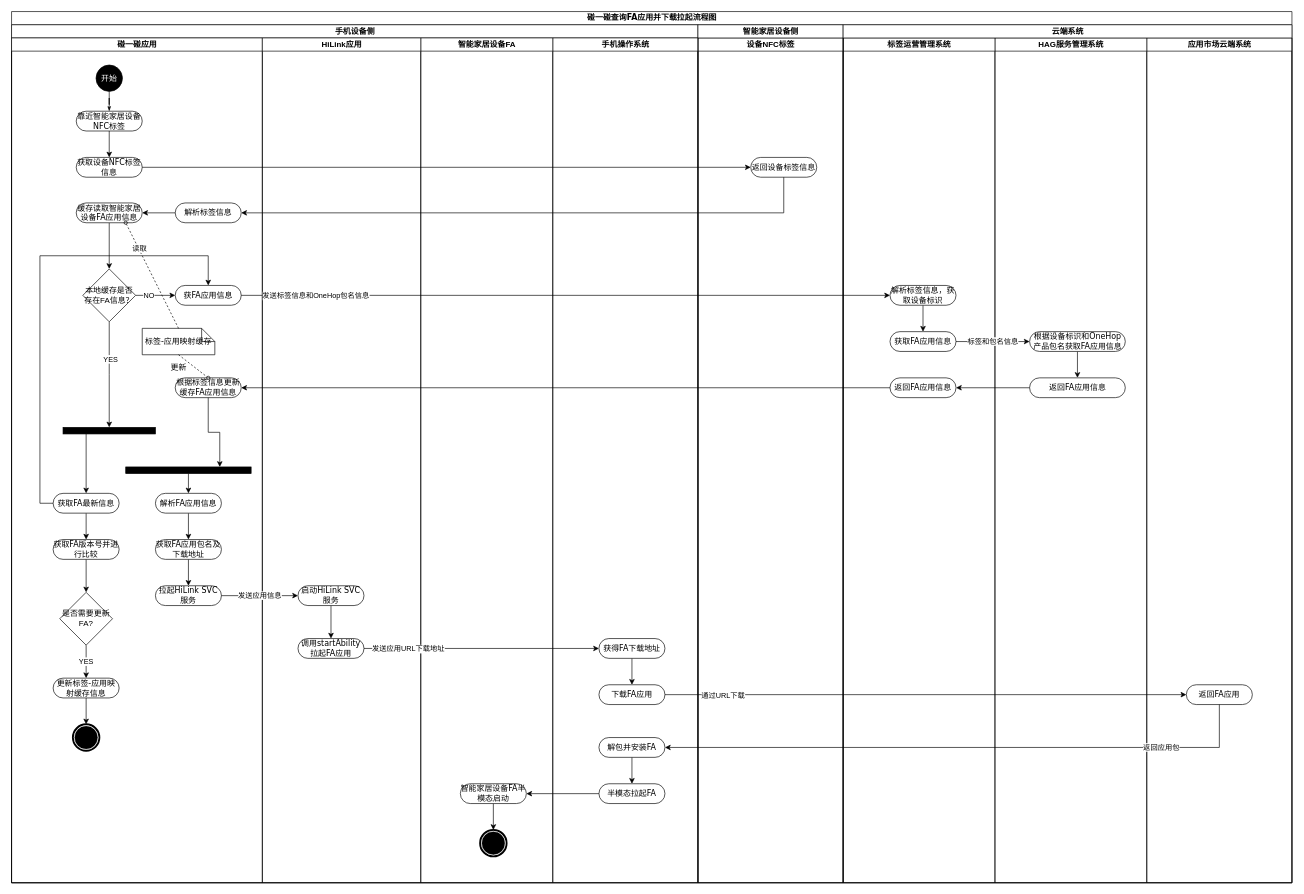
Before: draw/设备信息动态关联应用及下载管理.drawio in befairyliu/draw.io, a draw.io diagram. Source tidied: cells renumbered, new cells numbered last; positions are measured from the earlier drawing's top-left corner, leaving out a move shared by most shapes. Both pictures are drawn from the tidied source at 66%, with x=0, y=0 at pixel (11, 11).
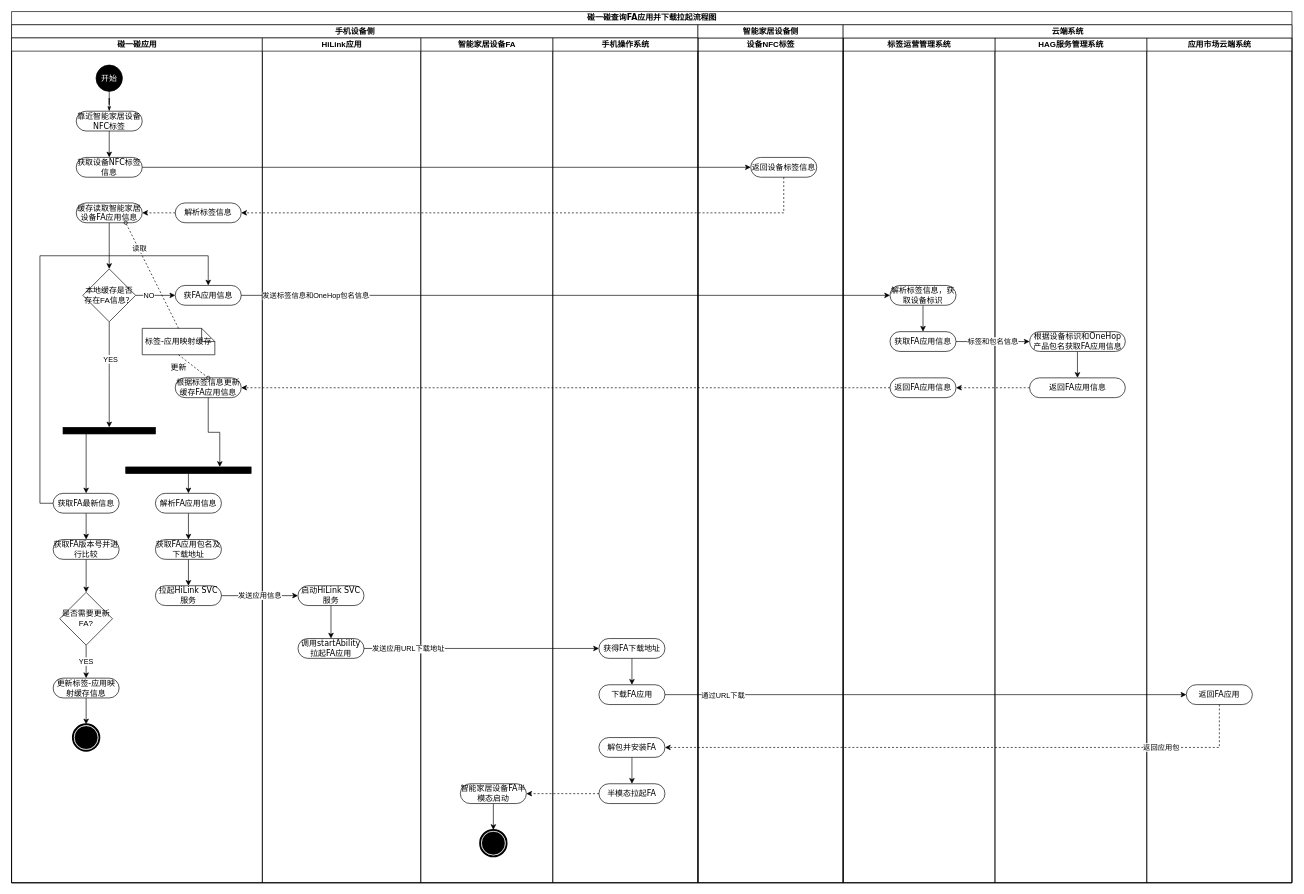
The same diagram, later.

Commit message (it also covers changes not shown here):
Update 设备信息动态关联应用及下载管理.drawio

The change refers to these unchanged cells:
```xml
<mxCell id="3" value="手机设备侧" style="swimlane;html=1;startSize=20;" parent="2" vertex="1">
  <mxGeometry y="20" width="1040" height="1300" as="geometry" />
</mxCell>
<mxCell id="4" value="碰一碰应用" style="swimlane;html=1;startSize=20;" parent="3" vertex="1">
  <mxGeometry y="20" width="380" height="1280" as="geometry" />
</mxCell>
<mxCell id="21" value="缓存读取智能家居设备FA应用信息" style="rounded=1;whiteSpace=wrap;html=1;shadow=0;comic=0;labelBackgroundColor=none;strokeWidth=1;fontFamily=Verdana;fontSize=12;align=center;arcSize=50;" parent="4" vertex="1">
  <mxGeometry x="98" y="250" width="100" height="30" as="geometry" />
</mxCell>
<mxCell id="30" value="解析标签信息" style="rounded=1;whiteSpace=wrap;html=1;shadow=0;comic=0;labelBackgroundColor=none;strokeWidth=1;fontFamily=Verdana;fontSize=12;align=center;arcSize=50;" parent="4" vertex="1">
  <mxGeometry x="248" y="250" width="100" height="30" as="geometry" />
</mxCell>
<mxCell id="37" value="根据标签信息更新缓存FA应用信息" style="rounded=1;whiteSpace=wrap;html=1;shadow=0;comic=0;labelBackgroundColor=none;strokeWidth=1;fontFamily=Verdana;fontSize=12;align=center;arcSize=50;" parent="4" vertex="1">
  <mxGeometry x="248" y="515" width="100" height="30" as="geometry" />
</mxCell>
<mxCell id="45" value="返回FA应用" style="rounded=1;whiteSpace=wrap;html=1;shadow=0;comic=0;labelBackgroundColor=none;strokeWidth=1;fontFamily=Verdana;fontSize=12;align=center;arcSize=50;" parent="44" vertex="1">
  <mxGeometry x="60" y="980" width="100" height="30" as="geometry" />
</mxCell>
<mxCell id="48" value="返回FA应用信息" style="rounded=1;whiteSpace=wrap;html=1;shadow=0;comic=0;labelBackgroundColor=none;strokeWidth=1;fontFamily=Verdana;fontSize=12;align=center;arcSize=50;" parent="46" vertex="1">
  <mxGeometry x="52.5" y="515" width="145" height="30" as="geometry" />
</mxCell>
<mxCell id="54" value="返回FA应用信息" style="rounded=1;whiteSpace=wrap;html=1;shadow=0;comic=0;labelBackgroundColor=none;strokeWidth=1;fontFamily=Verdana;fontSize=12;align=center;arcSize=50;" parent="50" vertex="1">
  <mxGeometry x="71" y="515" width="100" height="30" as="geometry" />
</mxCell>
<mxCell id="56" value="返回设备标签信息" style="rounded=1;whiteSpace=wrap;html=1;shadow=0;comic=0;labelBackgroundColor=none;strokeWidth=1;fontFamily=Verdana;fontSize=12;align=center;arcSize=50;" parent="55" vertex="1">
  <mxGeometry x="80" y="181" width="100" height="30" as="geometry" />
</mxCell>
<mxCell id="62" value="解包并安装FA" style="rounded=1;whiteSpace=wrap;html=1;shadow=0;comic=0;labelBackgroundColor=none;strokeWidth=1;fontFamily=Verdana;fontSize=12;align=center;arcSize=50;" parent="57" vertex="1">
  <mxGeometry x="70" y="1060" width="100" height="30" as="geometry" />
</mxCell>
<mxCell id="63" value="半模态拉起FA" style="rounded=1;whiteSpace=wrap;html=1;shadow=0;comic=0;labelBackgroundColor=none;strokeWidth=1;fontFamily=Verdana;fontSize=12;align=center;arcSize=50;" parent="57" vertex="1">
  <mxGeometry x="70" y="1130" width="100" height="30" as="geometry" />
</mxCell>
<mxCell id="66" value="智能家居设备FA半模态启动" style="rounded=1;whiteSpace=wrap;html=1;shadow=0;comic=0;labelBackgroundColor=none;strokeWidth=1;fontFamily=Verdana;fontSize=12;align=center;arcSize=50;" parent="64" vertex="1">
  <mxGeometry x="60" y="1130" width="100" height="30" as="geometry" />
</mxCell>
```

Change to the diagram source:
```diff
@@
-    <mxCell id="22" style="edgeStyle=orthogonalEdgeStyle;rounded=0;jettySize=auto;html=1;exitX=0;exitY=0.5;exitDx=0;exitDy=0;entryX=1;entryY=0.5;entryDx=0;entryDy=0;" parent="4" edge="1" source="30" target="21">
+    <mxCell id="22" style="edgeStyle=orthogonalEdgeStyle;rounded=0;jettySize=auto;html=1;exitX=0;exitY=0.5;exitDx=0;exitDy=0;entryX=1;entryY=0.5;entryDx=0;entryDy=0;dashed=1;" parent="4" edge="1" source="30" target="21">
       <mxGeometry relative="1" as="geometry" />
     </mxCell>
@@
-    <mxCell id="73" style="edgeStyle=orthogonalEdgeStyle;rounded=0;jettySize=auto;html=1;exitX=0.5;exitY=1;exitDx=0;exitDy=0;entryX=1;entryY=0.5;entryDx=0;entryDy=0;" parent="3" edge="1" source="56" target="30">
+    <mxCell id="73" style="edgeStyle=orthogonalEdgeStyle;rounded=0;jettySize=auto;html=1;exitX=0.5;exitY=1;exitDx=0;exitDy=0;entryX=1;entryY=0.5;entryDx=0;entryDy=0;dashed=1;" parent="3" edge="1" source="56" target="30">
       <mxGeometry relative="1" as="geometry" />
     </mxCell>
@@
-    <mxCell id="77" style="edgeStyle=orthogonalEdgeStyle;rounded=0;jettySize=auto;html=1;exitX=0;exitY=0.5;exitDx=0;exitDy=0;entryX=1;entryY=0.5;entryDx=0;entryDy=0;" parent="3" edge="1" source="48" target="54">
+    <mxCell id="77" style="edgeStyle=orthogonalEdgeStyle;rounded=0;jettySize=auto;html=1;exitX=0;exitY=0.5;exitDx=0;exitDy=0;entryX=1;entryY=0.5;entryDx=0;entryDy=0;dashed=1;" parent="3" edge="1" source="48" target="54">
       <mxGeometry relative="1" as="geometry" />
     </mxCell>
-    <mxCell id="78" style="edgeStyle=orthogonalEdgeStyle;rounded=0;jettySize=auto;html=1;exitX=0;exitY=0.5;exitDx=0;exitDy=0;entryX=1;entryY=0.5;entryDx=0;entryDy=0;" parent="3" edge="1" source="54" target="37">
+    <mxCell id="78" style="edgeStyle=orthogonalEdgeStyle;rounded=0;jettySize=auto;html=1;exitX=0;exitY=0.5;exitDx=0;exitDy=0;entryX=1;entryY=0.5;entryDx=0;entryDy=0;dashed=1;" parent="3" edge="1" source="54" target="37">
       <mxGeometry relative="1" as="geometry" />
     </mxCell>
@@
-    <mxCell id="84" style="edgeStyle=orthogonalEdgeStyle;rounded=0;jettySize=auto;html=1;exitX=0.5;exitY=1;exitDx=0;exitDy=0;entryX=1;entryY=0.5;entryDx=0;entryDy=0;" parent="3" edge="1" source="45" target="62">
+    <mxCell id="84" style="edgeStyle=orthogonalEdgeStyle;rounded=0;jettySize=auto;html=1;exitX=0.5;exitY=1;exitDx=0;exitDy=0;entryX=1;entryY=0.5;entryDx=0;entryDy=0;dashed=1;" parent="3" edge="1" source="45" target="62">
       <mxGeometry relative="1" as="geometry" />
     </mxCell>
@@
-    <mxCell id="86" style="edgeStyle=orthogonalEdgeStyle;rounded=0;jettySize=auto;html=1;exitX=0;exitY=0.5;exitDx=0;exitDy=0;entryX=1;entryY=0.5;entryDx=0;entryDy=0;" parent="3" edge="1" source="63" target="66">
+    <mxCell id="86" style="edgeStyle=orthogonalEdgeStyle;rounded=0;jettySize=auto;html=1;exitX=0;exitY=0.5;exitDx=0;exitDy=0;entryX=1;entryY=0.5;entryDx=0;entryDy=0;dashed=1;" parent="3" edge="1" source="63" target="66">
       <mxGeometry relative="1" as="geometry" />
     </mxCell>
```
